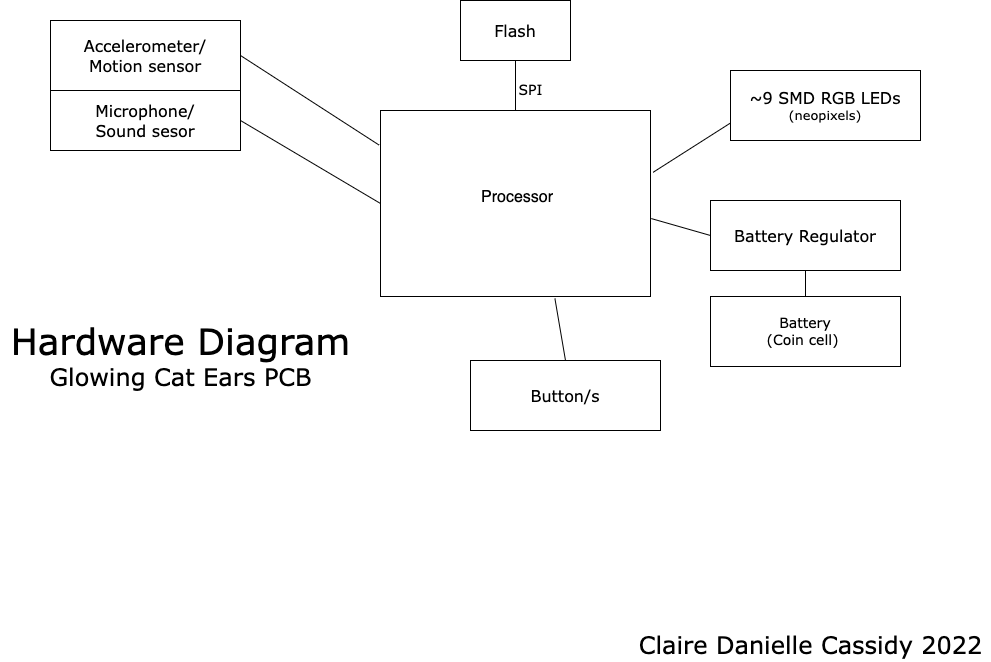
Before: software-block-diagram-week-1.png, a diagram exported from draw.io (SlumberParty/claires-making-embedded-systems-coursework). Source tidied: cells renumbered, new cells last; positions are measured from the earlier drawing's top-left corner, leaving out a move shared by most shapes.
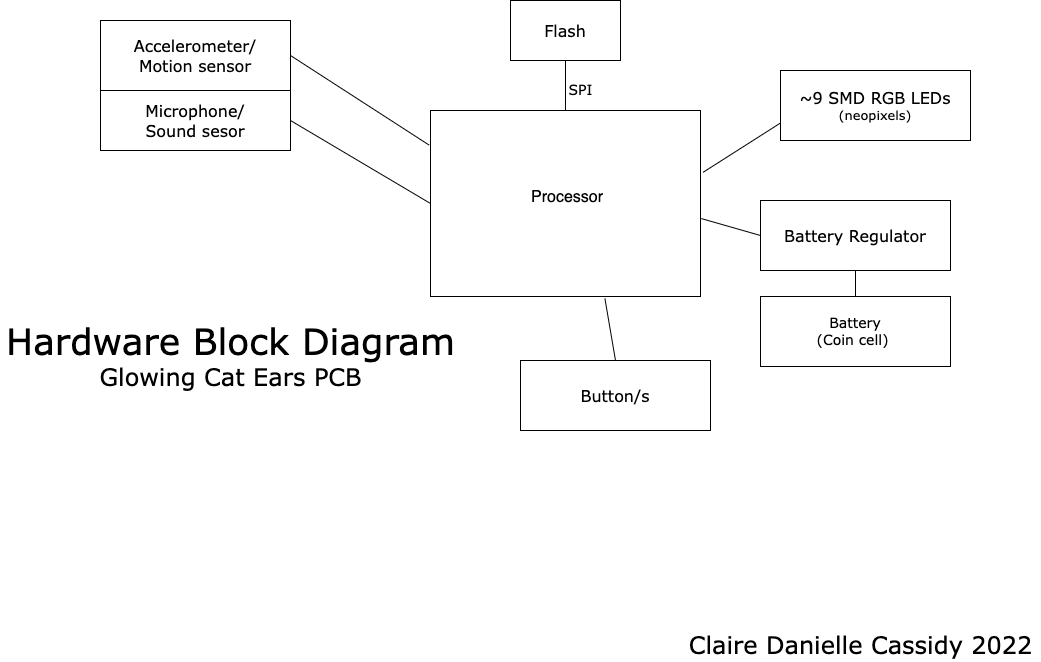
After the change.

What changed in the source:
```diff
@@ -53,8 +53,8 @@
     <mxCell id="18" style="endArrow=none;html=1;rounded=0;fontFamily=Verdana;fontSize=14;entryX=0.5;entryY=0;entryDx=0;entryDy=0;exitX=0.646;exitY=1.011;exitDx=0;exitDy=0;exitPerimeter=0;" parent="1" edge="1" source="2" target="17">
       <mxGeometry relative="1" as="geometry" />
     </mxCell>
-    <mxCell id="19" value="&lt;font&gt;&lt;font style=&quot;font-size: 36px&quot;&gt;Hardware Diagram&lt;/font&gt;&lt;br&gt;&lt;font style=&quot;font-size: 24px&quot;&gt;Glowing Cat Ears PCB&lt;/font&gt;&lt;br&gt;&lt;/font&gt;" style="text;html=1;align=center;verticalAlign=middle;strokeColor=none;fillColor=none;fontSize=14;fontFamily=Verdana;" parent="1" vertex="1">
-      <mxGeometry y="330" width="360" height="50" as="geometry" />
+    <mxCell id="19" value="&lt;font&gt;&lt;font style=&quot;font-size: 36px&quot;&gt;Hardware Block Diagram&lt;/font&gt;&lt;br&gt;&lt;font style=&quot;font-size: 24px&quot;&gt;Glowing Cat Ears PCB&lt;/font&gt;&lt;br&gt;&lt;/font&gt;" style="text;html=1;align=center;verticalAlign=middle;strokeColor=none;fillColor=none;fontSize=14;fontFamily=Verdana;" parent="1" vertex="1">
+      <mxGeometry x="-50" y="330" width="460" height="50" as="geometry" />
     </mxCell>
     <mxCell id="20" value="Claire Danielle Cassidy 2022" style="text;html=1;align=center;verticalAlign=middle;strokeColor=none;fillColor=none;fontSize=24;fontFamily=Verdana;" parent="1" vertex="1">
       <mxGeometry x="630" y="630" width="360" height="30" as="geometry" />
```
